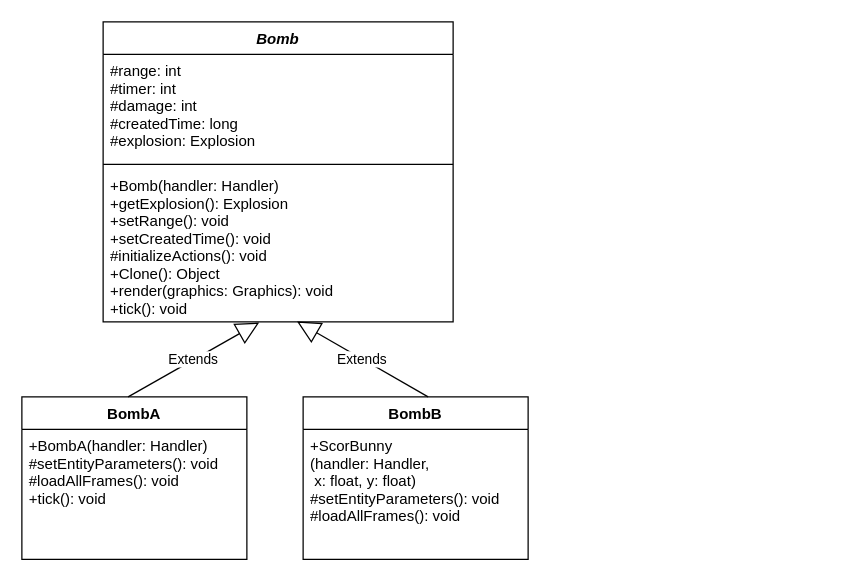
TP-O/bomberman keeps this draw.io diagram as uml/drawio/entity/Bomb.drawio. Above is the earlier version. Source tidied: cells renumbered, new cells numbered last; positions are measured from the earlier drawing's top-left corner, leaving out a move shared by most shapes. Both pictures are drawn from the tidied source at 125%, with x=0, y=0 at pixel (21, 21).
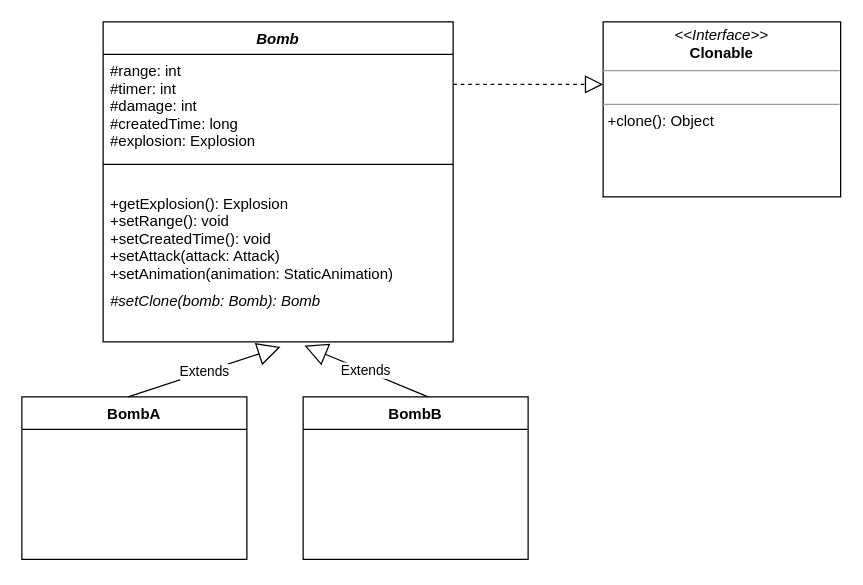
The same diagram, later.

The edit, as a diff of the source:
```diff
@@
 <mxGraphModel>
   <root>
     <mxCell id="0" />
     <mxCell id="1" parent="0" />
     <mxCell id="2" value="Bomb" style="swimlane;fontStyle=3;align=center;verticalAlign=top;horizontal=1;startSize=26;" parent="1" vertex="1">
-      <mxGeometry x="65" width="280" height="240" as="geometry" />
+      <mxGeometry x="65" width="280" height="256" as="geometry" />
     </mxCell>
     <mxCell id="3" value="#range: int&#10;#timer: int&#10;#damage: int&#10;#createdTime: long&#10;#explosion: Explosion" style="text;strokeColor=none;fillColor=none;align=left;verticalAlign=top;spacingLeft=4;spacingRight=4;overflow=hidden;" parent="2" vertex="1">
       <mxGeometry y="26" width="280" height="84" as="geometry" />
     </mxCell>
     <mxCell id="4" style="line;strokeWidth=1;fillColor=none;align=left;verticalAlign=middle;spacingTop=-1;spacingLeft=3;spacingRight=3;labelPosition=right;" parent="2" vertex="1">
       <mxGeometry y="110" width="280" height="8" as="geometry" />
     </mxCell>
-    <mxCell id="5" value="+Bomb(handler: Handler)&#10;+getExplosion(): Explosion&#10;+setRange(): void&#10;+setCreatedTime(): void&#10;#initializeActions(): void&#10;+Clone(): Object&#10;+render(graphics: Graphics): void&#10;+tick(): void&#10;" style="text;strokeColor=none;fillColor=none;align=left;verticalAlign=top;spacingLeft=4;spacingRight=4;overflow=hidden;points=[[0,0.5],[1,0.5]];portConstraint=eastwest;" parent="2" vertex="1">
-      <mxGeometry y="118" width="280" height="122" as="geometry" />
+    <mxCell id="5" value="&#10;+getExplosion(): Explosion&#10;+setRange(): void&#10;+setCreatedTime(): void&#10;+setAttack(attack: Attack)&#10;+setAnimation(animation: StaticAnimation)&#10;&#10;" style="text;strokeColor=none;fillColor=none;align=left;verticalAlign=top;spacingLeft=4;spacingRight=4;overflow=hidden;points=[[0,0.5],[1,0.5]];portConstraint=eastwest;" parent="2" vertex="1">
+      <mxGeometry y="118" width="280" height="92" as="geometry" />
     </mxCell>
+    <mxCell id="12" value="#setClone(bomb: Bomb): Bomb" style="text;strokeColor=none;fillColor=none;align=left;verticalAlign=top;spacingLeft=4;spacingRight=4;overflow=hidden;points=[[0,0.5],[1,0.5]];portConstraint=eastwest;fontStyle=2;" parent="2" vertex="1">
+      <mxGeometry y="210" width="280" height="46" as="geometry" />
+    </mxCell>
     <mxCell id="6" value="BombA" style="swimlane;fontStyle=1;horizontal=1;startSize=26;fillColor=none;" parent="1" vertex="1">
       <mxGeometry y="300" width="180" height="130" as="geometry" />
     </mxCell>
-    <mxCell id="7" value="Extends" style="endArrow=block;endSize=16;endFill=0;html=1;entryX=0.446;entryY=1.004;entryDx=0;entryDy=0;entryPerimeter=0;" parent="6" edge="1" target="5">
+    <mxCell id="7" value="Extends" style="endArrow=block;endSize=16;endFill=0;html=1;entryX=0.507;entryY=1.087;entryDx=0;entryDy=0;entryPerimeter=0;" parent="6" edge="1" target="12">
       <mxGeometry relative="1" as="geometry">
         <mxPoint x="85" as="sourcePoint" />
       </mxGeometry>
     </mxCell>
-    <mxCell id="8" value="+BombA(handler: Handler)&#10;#setEntityParameters(): void&#10;#loadAllFrames(): void&#10;+tick(): void&#10;&#10;" style="text;strokeColor=none;fillColor=none;align=left;verticalAlign=top;spacingLeft=4;spacingRight=4;overflow=hidden;" parent="6" vertex="1">
-      <mxGeometry y="26" width="180" height="104" as="geometry" />
-    </mxCell>
     <mxCell id="9" value="BombB" style="swimlane;fontStyle=1;horizontal=1;startSize=26;fillColor=none;" parent="1" vertex="1">
       <mxGeometry x="225" y="300" width="180" height="130" as="geometry" />
     </mxCell>
-    <mxCell id="10" value="Extends" style="endArrow=block;endSize=16;endFill=0;html=1;entryX=0.554;entryY=0.997;entryDx=0;entryDy=0;entryPerimeter=0;" parent="9" edge="1" target="5">
+    <mxCell id="10" value="Extends" style="endArrow=block;endSize=16;endFill=0;html=1;entryX=0.575;entryY=1.065;entryDx=0;entryDy=0;entryPerimeter=0;" parent="9" edge="1" target="12">
       <mxGeometry relative="1" as="geometry">
         <mxPoint x="100" as="sourcePoint" />
       </mxGeometry>
     </mxCell>
-    <mxCell id="11" value="+ScorBunny&#10;(handler: Handler,&#10; x: float, y: float)&#10;#setEntityParameters(): void&#10;#loadAllFrames(): void&#10;&#10;" style="text;strokeColor=none;fillColor=none;align=left;verticalAlign=top;spacingLeft=4;spacingRight=4;overflow=hidden;" parent="9" vertex="1">
-      <mxGeometry y="26" width="180" height="104" as="geometry" />
-    </mxCell>
+    <mxCell id="13" value="&lt;p style=&quot;margin: 0px ; margin-top: 4px ; text-align: center&quot;&gt;&lt;i&gt;&amp;lt;&amp;lt;Interface&amp;gt;&amp;gt;&lt;/i&gt;&lt;br&gt;&lt;b&gt;Clonable&lt;/b&gt;&lt;/p&gt;&lt;hr size=&quot;1&quot;&gt;&lt;p style=&quot;margin: 0px ; margin-left: 4px&quot;&gt;&lt;br&gt;&lt;/p&gt;&lt;hr size=&quot;1&quot;&gt;&lt;p style=&quot;margin: 0px ; margin-left: 4px&quot;&gt;+clone(): Object&lt;br&gt;&lt;/p&gt;" style="verticalAlign=top;align=left;overflow=fill;fontSize=12;fontFamily=Helvetica;html=1;" parent="1" vertex="1">
+      <mxGeometry x="465" width="190" height="140" as="geometry" />
+    </mxCell>
+    <mxCell id="14" style="endArrow=block;dashed=1;endFill=0;endSize=12;html=1;" parent="1" edge="1">
+      <mxGeometry relative="1" as="geometry">
+        <mxPoint x="345" y="50" as="sourcePoint" />
+        <mxPoint x="465" y="50" as="targetPoint" />
+      </mxGeometry>
+    </mxCell>
   </root>
 </mxGraphModel>
```
